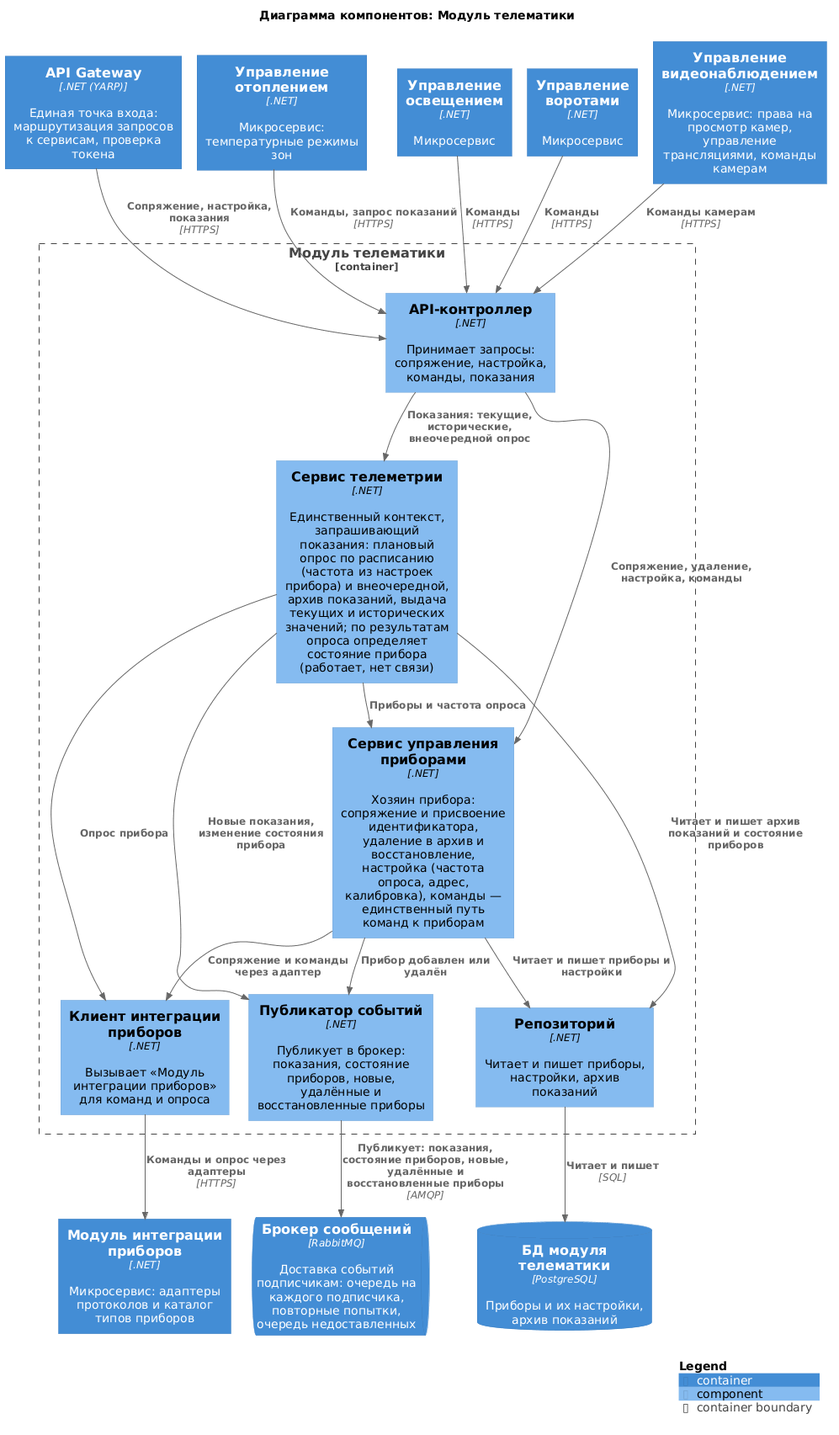
This is diagrams/components/telematics.png from Lyamin-av/architecture-warmhouse, a PlantUML export, as it was before one commit. The source it was exported from:
```plantuml
@startuml telematics
!include <C4/C4_Component>

title Диаграмма компонентов: Модуль телематики

Container(Gateway, "API Gateway", ".NET (YARP)", "Единая точка входа: маршрутизация запросов к сервисам, проверка токена")
Container(Heating, "Управление отоплением", ".NET", "Микросервис: температурные режимы зон")
Container(Lighting, "Управление освещением", ".NET", "Микросервис")
Container(GateControl, "Управление воротами", ".NET", "Микросервис")
Container(VideoControl, "Управление видеонаблюдением", ".NET", "Микросервис: права на просмотр камер, управление трансляциями, команды камерам")
Container(DeviceIntegration, "Модуль интеграции приборов", ".NET", "Микросервис: адаптеры протоколов и каталог типов приборов")
ContainerQueue(Broker, "Брокер сообщений", "RabbitMQ", "Доставка событий подписчикам: очередь на каждого подписчика, повторные попытки, очередь недоставленных")
ContainerDb(dbTelematics, "БД модуля телематики", "PostgreSQL", "Приборы и их настройки, архив показаний")

Container_Boundary(Telematics, "Модуль телематики") {
    Component(api, "API-контроллер", ".NET", "Принимает запросы: сопряжение, настройка, команды, показания")
    Component(devices, "Сервис управления приборами", ".NET", "Хозяин прибора: сопряжение и присвоение идентификатора, удаление в архив и восстановление, настройка (частота опроса, адрес, калибровка), команды — единственный путь команд к приборам")
    Component(telemetry, "Сервис телеметрии", ".NET", "Единственный контекст, запрашивающий показания: плановый опрос по расписанию (частота из настроек прибора) и внеочередной, архив показаний, выдача текущих и исторических значений; по результатам опроса определяет состояние прибора (работает, нет связи)")
    Component(deviceClient, "Клиент интеграции приборов", ".NET", "Вызывает «Модуль интеграции приборов» для команд и опроса")
    Component(publisher, "Публикатор событий", ".NET", "Публикует в брокер: показания, состояние приборов, новые, удалённые и восстановленные приборы")
    Component(repo, "Репозиторий", ".NET", "Читает и пишет приборы, настройки, архив показаний")
}

Rel(Gateway, api, "Сопряжение, настройка, показания", "HTTPS")
Rel(Heating, api, "Команды, запрос показаний", "HTTPS")
Rel(Lighting, api, "Команды", "HTTPS")
Rel(GateControl, api, "Команды", "HTTPS")
Rel(VideoControl, api, "Команды камерам", "HTTPS")

Rel(api, devices, "Сопряжение, удаление, настройка, команды")
Rel(api, telemetry, "Показания: текущие, исторические, внеочередной опрос")

Rel(telemetry, devices, "Приборы и частота опроса")
Rel(telemetry, deviceClient, "Опрос прибора")
Rel(devices, deviceClient, "Сопряжение и команды через адаптер")
Rel(deviceClient, DeviceIntegration, "Команды и опрос через адаптеры", "HTTPS")

Rel(telemetry, publisher, "Новые показания, изменение состояния прибора")
Rel(devices, publisher, "Прибор добавлен или удалён")
Rel(publisher, Broker, "Публикует: показания, состояние приборов, новые, удалённые и восстановленные приборы", "AMQP")

Rel(devices, repo, "Читает и пишет приборы и настройки")
Rel(telemetry, repo, "Читает и пишет архив показаний и состояние приборов")
Rel(repo, dbTelematics, "Читает и пишет", "SQL")

SHOW_LEGEND()
@enduml
```
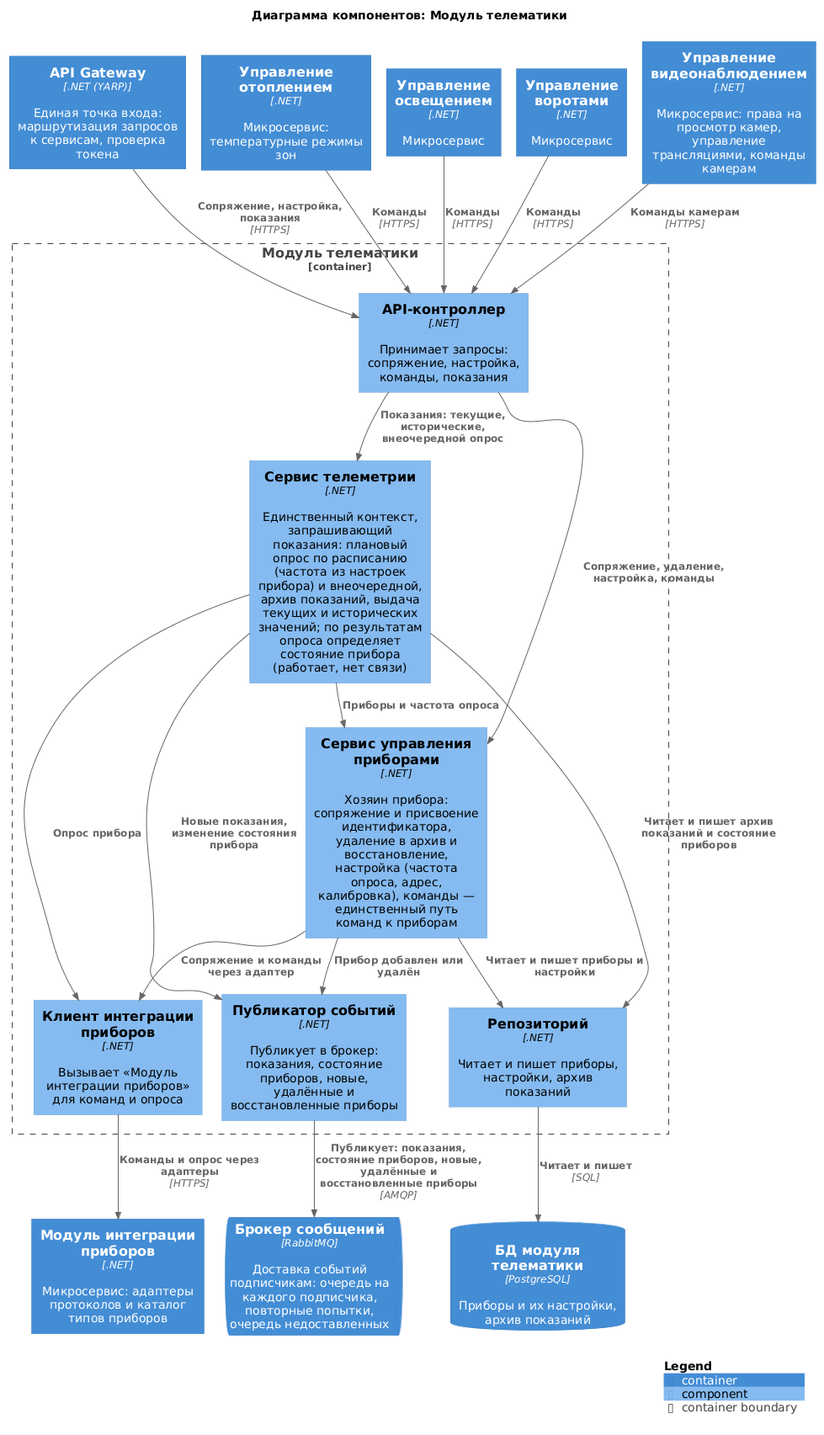
The same diagram one commit later.

What changed in the source:
```diff
@@ -22,7 +22,7 @@
 }
 
 Rel(Gateway, api, "Сопряжение, настройка, показания", "HTTPS")
-Rel(Heating, api, "Команды, запрос показаний", "HTTPS")
+Rel(Heating, api, "Команды", "HTTPS")
 Rel(Lighting, api, "Команды", "HTTPS")
 Rel(GateControl, api, "Команды", "HTTPS")
 Rel(VideoControl, api, "Команды камерам", "HTTPS")
```
